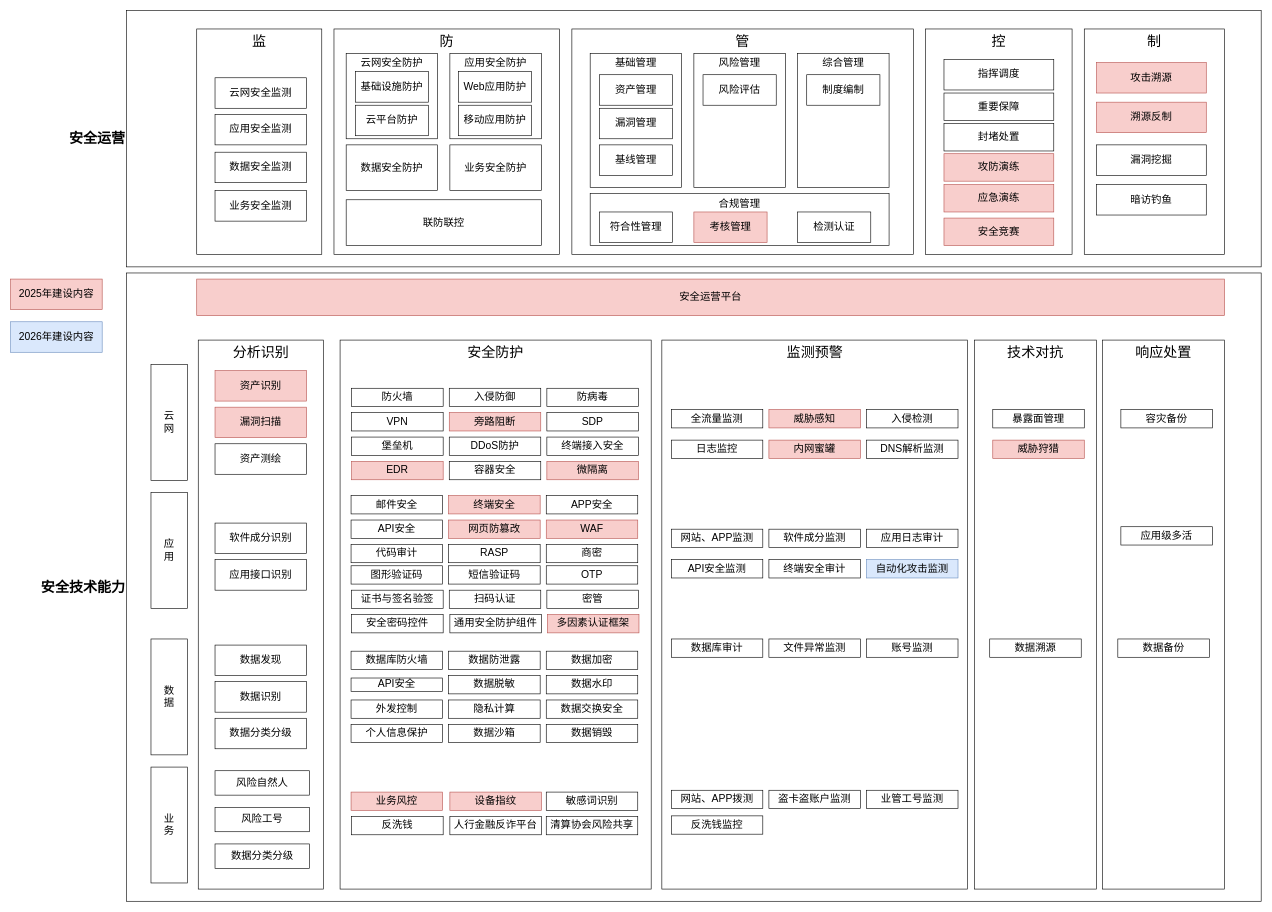
The draw.io diagram page "第 1 页" (1 of 5) of 2024安全技术能力全景图.drawio in razor/1102_decoration, before the edit. Source tidied: cells renumbered, new cells numbered last; positions are measured from the earlier drawing's top-left corner, leaving out a move shared by most shapes. Both pictures are drawn from the tidied source at 61%, with x=0, y=0 at pixel (10, 10).
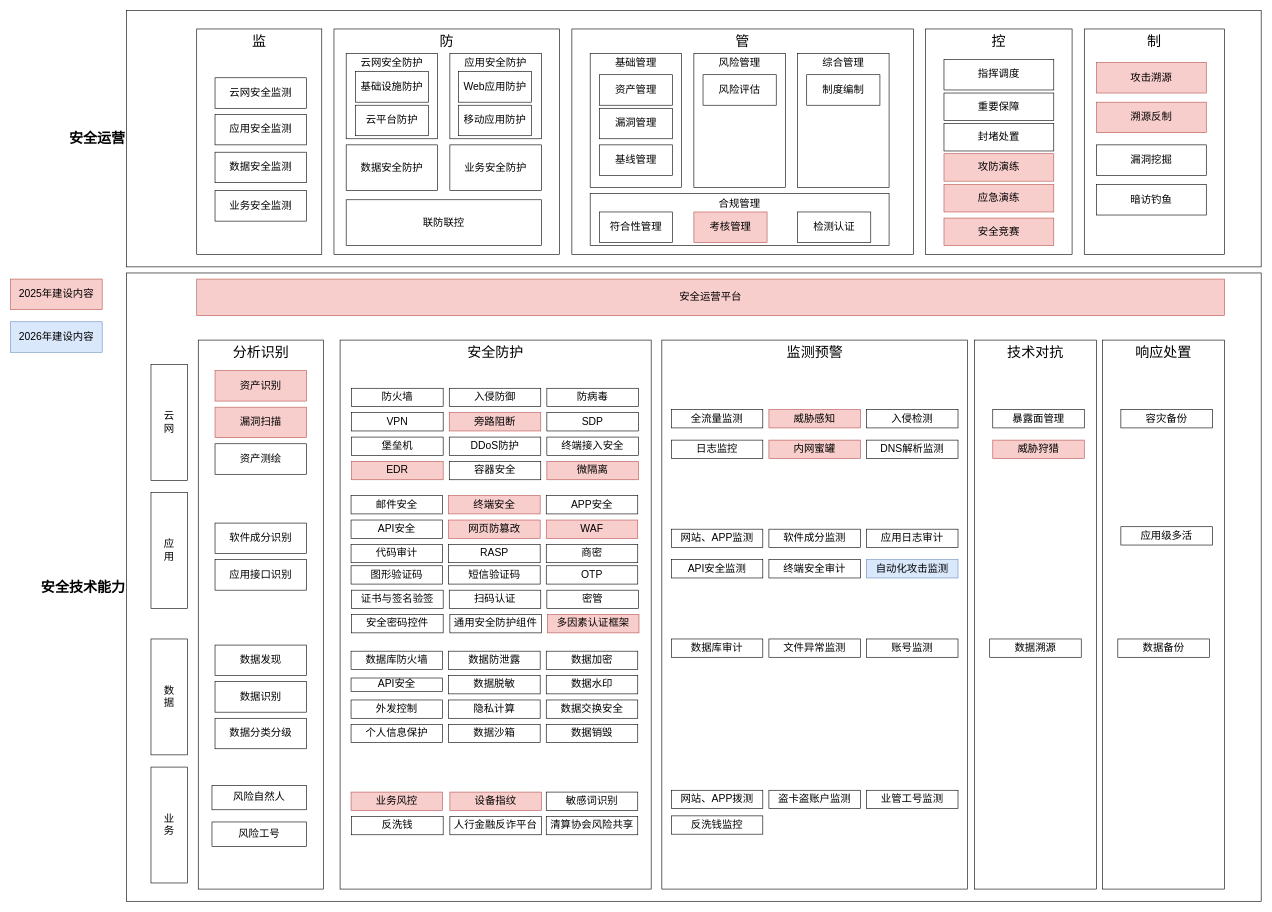
After the change.

Change to the diagram source:
```diff
@@
     <mxCell id="42" value="&lt;font style=&quot;font-size: 17px;&quot;&gt;风险自然人&lt;/font&gt;" style="rounded=0;whiteSpace=wrap;html=1;fontStyle=0;" parent="1" vertex="1">
-      <mxGeometry x="335" y="1246" width="155" height="40" as="geometry" />
+      <mxGeometry x="330" y="1270" width="155" height="40" as="geometry" />
     </mxCell>
     <mxCell id="43" value="&lt;font style=&quot;font-size: 17px;&quot;&gt;风险工号&lt;/font&gt;" style="rounded=0;whiteSpace=wrap;html=1;fontStyle=0;" parent="1" vertex="1">
-      <mxGeometry x="335" y="1306" width="155" height="40" as="geometry" />
+      <mxGeometry x="330" y="1330" width="155" height="40" as="geometry" />
     </mxCell>
-    <mxCell id="44" value="&lt;font style=&quot;font-size: 17px;&quot;&gt;数据分类分级&lt;/font&gt;" style="rounded=0;whiteSpace=wrap;html=1;fontStyle=0;" parent="1" vertex="1">
-      <mxGeometry x="335" y="1366" width="155" height="40" as="geometry" />
-    </mxCell>
```
